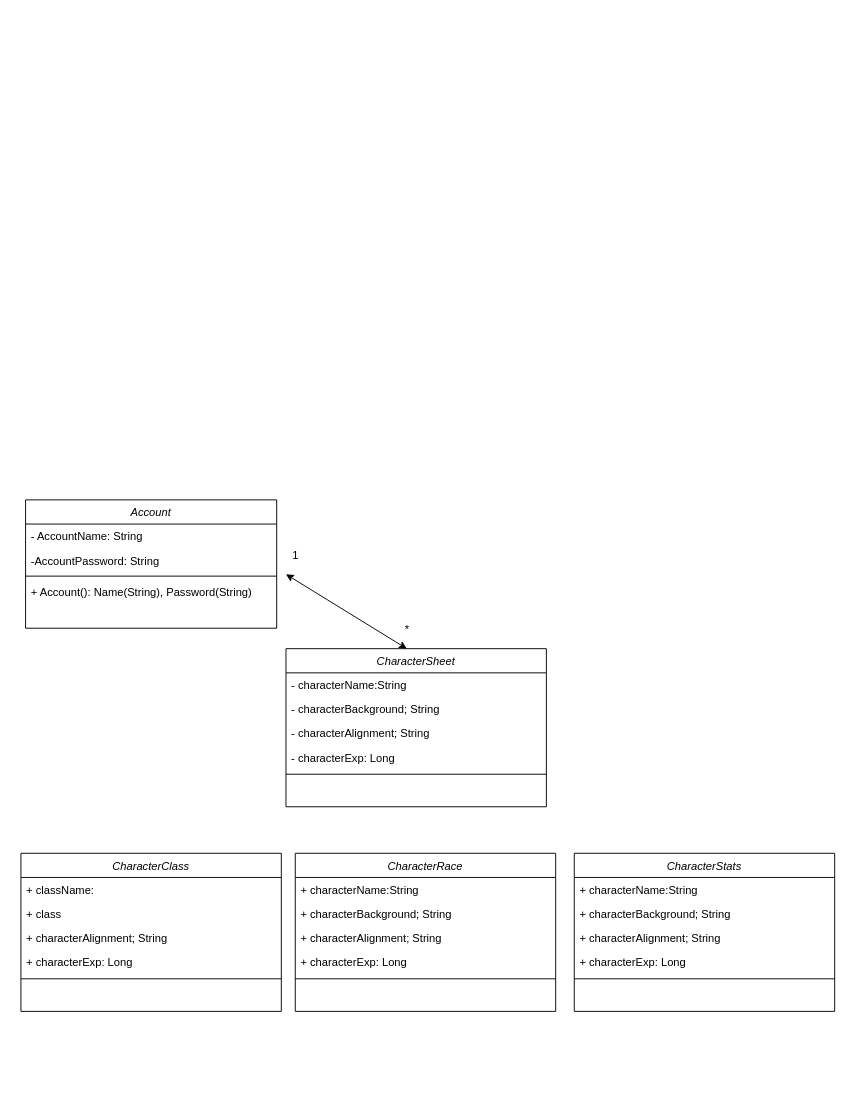
Earlier version of the draw.io diagram Ontwerp.drawio (BjvdVelden/Charactermancer). Source tidied: cells renumbered, new cells numbered last; positions are measured from the earlier drawing's top-left corner, leaving out a move shared by most shapes. Both pictures are drawn from the tidied source at 93%, with x=0, y=0 at pixel (20, 499).
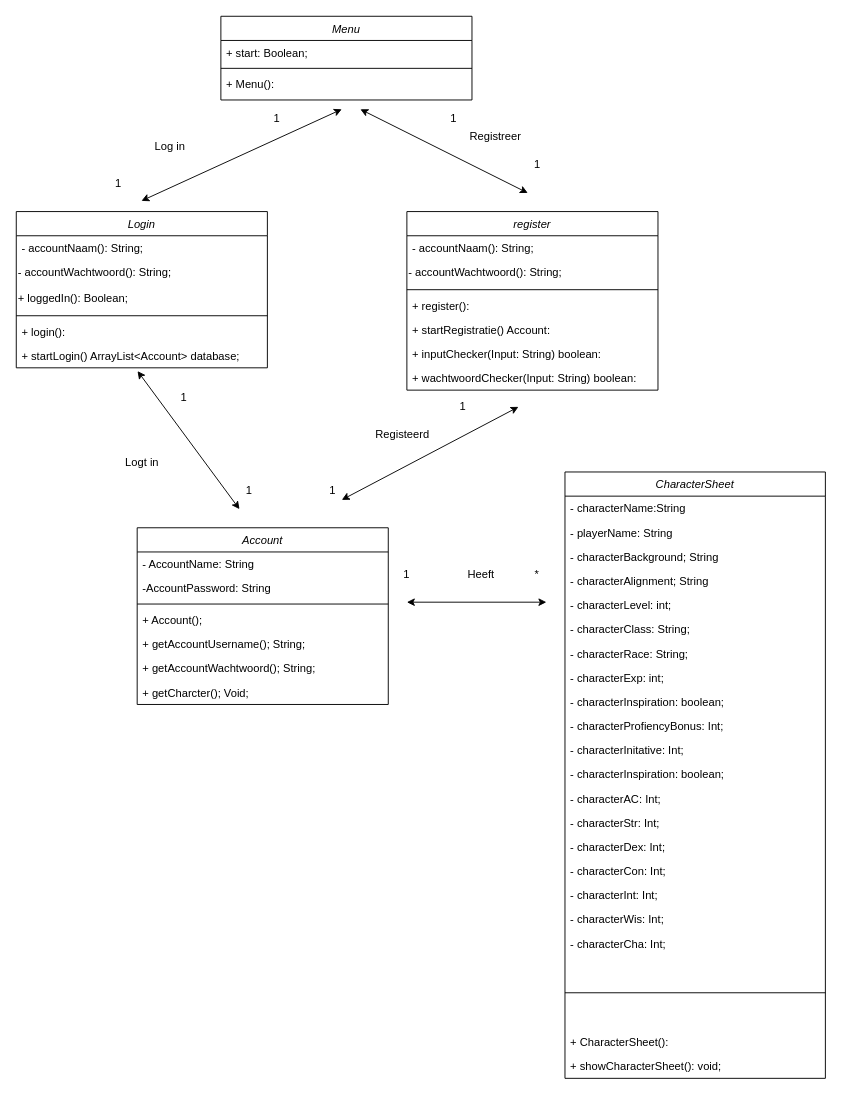
After the change.

Commit message (it also covers changes not shown here):
updates aan registreer gemaakt en perongeluk Charactersheet functie toegevoegdt

What changed in the source:
```diff
@@
     <mxCell id="2" value="Account" style="swimlane;fontStyle=2;align=center;verticalAlign=top;horizontal=1;startSize=26;rounded=0;shadow=0;strokeWidth=1;" parent="1" vertex="1">
-      <mxGeometry x="5" width="270" height="138" as="geometry" />
+      <mxGeometry x="125" y="30" width="270" height="190" as="geometry" />
     </mxCell>
@@
-    <mxCell id="6" value="+ Account(): Name(String), Password(String)" style="text;align=left;verticalAlign=top;spacingLeft=4;spacingRight=4;overflow=hidden;" parent="2" vertex="1">
+    <mxCell id="6" value="+ Account();&#10;" style="text;align=left;verticalAlign=top;spacingLeft=4;spacingRight=4;overflow=hidden;" parent="2" vertex="1">
       <mxGeometry y="86" width="270" height="26" as="geometry" />
     </mxCell>
+    <mxCell id="34" value="+ getAccountUsername(); String;&#10;&#10;" style="text;align=left;verticalAlign=top;spacingLeft=4;spacingRight=4;overflow=hidden;" parent="2" vertex="1">
+      <mxGeometry y="112" width="270" height="26" as="geometry" />
+    </mxCell>
+    <mxCell id="35" value="+ getAccountWachtwoord(); String;&#10;&#10;" style="text;align=left;verticalAlign=top;spacingLeft=4;spacingRight=4;overflow=hidden;" parent="2" vertex="1">
+      <mxGeometry y="138" width="270" height="26" as="geometry" />
+    </mxCell>
+    <mxCell id="36" value="+ getCharcter(); Void;&#10;&#10;" style="text;align=left;verticalAlign=top;spacingLeft=4;spacingRight=4;overflow=hidden;" parent="2" vertex="1">
+      <mxGeometry y="164" width="270" height="26" as="geometry" />
+    </mxCell>
     <mxCell id="7" value="CharacterSheet" style="swimlane;fontStyle=2;align=center;verticalAlign=top;horizontal=1;startSize=26;rounded=0;shadow=0;strokeWidth=1;" parent="1" vertex="1">
-      <mxGeometry x="285" y="160" width="280" height="170" as="geometry" />
+      <mxGeometry x="585" y="-30" width="280" height="652" as="geometry" />
     </mxCell>
@@
+    <mxCell id="37" value="- playerName: String" style="text;align=left;verticalAlign=top;spacingLeft=4;spacingRight=4;overflow=hidden;" parent="7" vertex="1">
+      <mxGeometry y="52" width="280" height="26" as="geometry" />
+    </mxCell>
     <mxCell id="9" value="- characterBackground; String" style="text;align=left;verticalAlign=top;spacingLeft=4;spacingRight=4;overflow=hidden;rounded=0;shadow=0;html=0;" parent="7" vertex="1">
-      <mxGeometry y="52" width="280" height="26" as="geometry" />
+      <mxGeometry y="78" width="280" height="26" as="geometry" />
     </mxCell>
     <mxCell id="10" value="- characterAlignment; String" style="text;align=left;verticalAlign=top;spacingLeft=4;spacingRight=4;overflow=hidden;rounded=0;shadow=0;html=0;" parent="7" vertex="1">
-      <mxGeometry y="78" width="280" height="26" as="geometry" />
+      <mxGeometry y="104" width="280" height="26" as="geometry" />
     </mxCell>
+    <mxCell id="38" value="- characterLevel: int;" style="text;align=left;verticalAlign=top;spacingLeft=4;spacingRight=4;overflow=hidden;rounded=0;shadow=0;html=0;" parent="7" vertex="1">
+      <mxGeometry y="130" width="280" height="26" as="geometry" />
+    </mxCell>
-    <mxCell id="11" value="- characterExp: Long" style="text;align=left;verticalAlign=top;spacingLeft=4;spacingRight=4;overflow=hidden;rounded=0;shadow=0;html=0;" parent="7" vertex="1">
-      <mxGeometry y="104" width="280" height="26" as="geometry" />
+    <mxCell id="11" value="- characterClass: String;" style="text;align=left;verticalAlign=top;spacingLeft=4;spacingRight=4;overflow=hidden;rounded=0;shadow=0;html=0;" parent="7" vertex="1">
+      <mxGeometry y="156" width="280" height="26" as="geometry" />
     </mxCell>
+    <mxCell id="39" value="- characterRace: String;" style="text;align=left;verticalAlign=top;spacingLeft=4;spacingRight=4;overflow=hidden;rounded=0;shadow=0;html=0;" parent="7" vertex="1">
+      <mxGeometry y="182" width="280" height="26" as="geometry" />
+    </mxCell>
+    <mxCell id="40" value="- characterExp: int;" style="text;align=left;verticalAlign=top;spacingLeft=4;spacingRight=4;overflow=hidden;rounded=0;shadow=0;html=0;" parent="7" vertex="1">
+      <mxGeometry y="208" width="280" height="26" as="geometry" />
+    </mxCell>
+    <mxCell id="41" value="- characterInspiration: boolean;" style="text;align=left;verticalAlign=top;spacingLeft=4;spacingRight=4;overflow=hidden;rounded=0;shadow=0;html=0;" parent="7" vertex="1">
+      <mxGeometry y="234" width="280" height="26" as="geometry" />
+    </mxCell>
+    <mxCell id="42" value="- characterProfiencyBonus: Int;" style="text;align=left;verticalAlign=top;spacingLeft=4;spacingRight=4;overflow=hidden;rounded=0;shadow=0;html=0;" parent="7" vertex="1">
+      <mxGeometry y="260" width="280" height="26" as="geometry" />
+    </mxCell>
+    <mxCell id="43" value="- characterInitative: Int;&#10;" style="text;align=left;verticalAlign=top;spacingLeft=4;spacingRight=4;overflow=hidden;rounded=0;shadow=0;html=0;" parent="7" vertex="1">
+      <mxGeometry y="286" width="280" height="26" as="geometry" />
+    </mxCell>
+    <mxCell id="44" value="- characterInspiration: boolean;" style="text;align=left;verticalAlign=top;spacingLeft=4;spacingRight=4;overflow=hidden;rounded=0;shadow=0;html=0;" parent="7" vertex="1">
+      <mxGeometry y="312" width="280" height="26" as="geometry" />
+    </mxCell>
+    <mxCell id="45" value="- characterAC: Int;" style="text;align=left;verticalAlign=top;spacingLeft=4;spacingRight=4;overflow=hidden;rounded=0;shadow=0;html=0;" parent="7" vertex="1">
+      <mxGeometry y="338" width="280" height="26" as="geometry" />
+    </mxCell>
+    <mxCell id="46" value="- characterStr: Int;" style="text;align=left;verticalAlign=top;spacingLeft=4;spacingRight=4;overflow=hidden;rounded=0;shadow=0;html=0;" parent="7" vertex="1">
+      <mxGeometry y="364" width="280" height="26" as="geometry" />
+    </mxCell>
+    <mxCell id="47" value="- characterDex: Int;" style="text;align=left;verticalAlign=top;spacingLeft=4;spacingRight=4;overflow=hidden;rounded=0;shadow=0;html=0;" parent="7" vertex="1">
+      <mxGeometry y="390" width="280" height="26" as="geometry" />
+    </mxCell>
+    <mxCell id="48" value="- characterCon: Int;" style="text;align=left;verticalAlign=top;spacingLeft=4;spacingRight=4;overflow=hidden;rounded=0;shadow=0;html=0;" parent="7" vertex="1">
+      <mxGeometry y="416" width="280" height="26" as="geometry" />
+    </mxCell>
+    <mxCell id="49" value="- characterInt: Int;" style="text;align=left;verticalAlign=top;spacingLeft=4;spacingRight=4;overflow=hidden;rounded=0;shadow=0;html=0;" parent="7" vertex="1">
+      <mxGeometry y="442" width="280" height="26" as="geometry" />
+    </mxCell>
+    <mxCell id="50" value="- characterWis: Int;" style="text;align=left;verticalAlign=top;spacingLeft=4;spacingRight=4;overflow=hidden;rounded=0;shadow=0;html=0;" parent="7" vertex="1">
+      <mxGeometry y="468" width="280" height="26" as="geometry" />
+    </mxCell>
+    <mxCell id="51" value="- characterCha: Int;" style="text;align=left;verticalAlign=top;spacingLeft=4;spacingRight=4;overflow=hidden;rounded=0;shadow=0;html=0;" parent="7" vertex="1">
+      <mxGeometry y="494" width="280" height="26" as="geometry" />
+    </mxCell>
     <mxCell id="12" style="line;html=1;strokeWidth=1;align=left;verticalAlign=middle;spacingTop=-1;spacingLeft=3;spacingRight=3;labelPosition=right;" parent="7" vertex="1">
-      <mxGeometry y="130" width="280" height="10" as="geometry" />
+      <mxGeometry y="520" width="280" height="80" as="geometry" />
     </mxCell>
-    <mxCell id="13" style="endArrow=classic;startArrow=classic;html=1;entryX=0.464;entryY=0;entryDx=0;entryDy=0;entryPerimeter=0;" parent="1" edge="1" target="7">
-      <mxGeometry relative="1" as="geometry">
-        <mxPoint x="285" y="80" as="sourcePoint" />
-      </mxGeometry>
-    </mxCell>
-    <mxCell id="14" value="1" style="text;html=1;align=center;verticalAlign=middle;" parent="1" vertex="1">
-      <mxGeometry x="285" y="50" width="20" height="20" as="geometry" />
-    </mxCell>
+    <mxCell id="52" value="+ CharacterSheet(): " style="text;align=left;verticalAlign=top;spacingLeft=4;spacingRight=4;overflow=hidden;rounded=0;shadow=0;html=0;" parent="7" vertex="1">
+      <mxGeometry y="600" width="280" height="26" as="geometry" />
+    </mxCell>
+    <mxCell id="53" value="+ showCharacterSheet(): void;" style="text;align=left;verticalAlign=top;spacingLeft=4;spacingRight=4;overflow=hidden;rounded=0;shadow=0;html=0;" parent="7" vertex="1">
+      <mxGeometry y="626" width="280" height="26" as="geometry" />
+    </mxCell>
+    <mxCell id="54" style="endArrow=classic;startArrow=classic;html=1;" parent="1" edge="1">
+      <mxGeometry relative="1" as="geometry">
+        <mxPoint x="415" y="110" as="sourcePoint" />
+        <mxPoint x="565" y="110" as="targetPoint" />
+      </mxGeometry>
+    </mxCell>
+    <mxCell id="55" value="1" style="text;html=1;strokeColor=none;fillColor=none;align=center;verticalAlign=middle;whiteSpace=wrap;rounded=0;" parent="1" vertex="1">
+      <mxGeometry x="395" y="70" width="40" height="20" as="geometry" />
+    </mxCell>
-    <mxCell id="15" value="*" style="text;html=1;align=center;verticalAlign=middle;" parent="1" vertex="1">
-      <mxGeometry x="405" y="130" width="20" height="20" as="geometry" />
+    <mxCell id="15" value="*" style="text;html=1;strokeColor=none;fillColor=none;align=center;verticalAlign=middle;whiteSpace=wrap;rounded=0;" parent="1" vertex="1">
+      <mxGeometry x="535" y="70" width="40" height="20" as="geometry" />
     </mxCell>
-    <mxCell id="16" value="CharacterClass" style="swimlane;fontStyle=2;align=center;verticalAlign=top;horizontal=1;startSize=26;rounded=0;shadow=0;strokeWidth=1;" parent="1" vertex="1">
-      <mxGeometry y="380" width="280" height="170" as="geometry" />
-    </mxCell>
-    <mxCell id="17" value="+ className:" style="text;align=left;verticalAlign=top;spacingLeft=4;spacingRight=4;overflow=hidden;" parent="16" vertex="1">
-      <mxGeometry y="26" width="280" height="26" as="geometry" />
-    </mxCell>
-    <mxCell id="18" value="+ class" style="text;align=left;verticalAlign=top;spacingLeft=4;spacingRight=4;overflow=hidden;rounded=0;shadow=0;html=0;" parent="16" vertex="1">
-      <mxGeometry y="52" width="280" height="26" as="geometry" />
-    </mxCell>
-    <mxCell id="19" value="+ characterAlignment; String" style="text;align=left;verticalAlign=top;spacingLeft=4;spacingRight=4;overflow=hidden;rounded=0;shadow=0;html=0;" parent="16" vertex="1">
-      <mxGeometry y="78" width="280" height="26" as="geometry" />
-    </mxCell>
-    <mxCell id="20" value="+ characterExp: Long" style="text;align=left;verticalAlign=top;spacingLeft=4;spacingRight=4;overflow=hidden;rounded=0;shadow=0;html=0;" parent="16" vertex="1">
-      <mxGeometry y="104" width="280" height="26" as="geometry" />
-    </mxCell>
-    <mxCell id="21" style="line;html=1;strokeWidth=1;align=left;verticalAlign=middle;spacingTop=-1;spacingLeft=3;spacingRight=3;labelPosition=right;" parent="16" vertex="1">
-      <mxGeometry y="130" width="280" height="10" as="geometry" />
-    </mxCell>
-    <mxCell id="22" value="CharacterRace" style="swimlane;fontStyle=2;align=center;verticalAlign=top;horizontal=1;startSize=26;rounded=0;shadow=0;strokeWidth=1;" parent="1" vertex="1">
-      <mxGeometry x="295" y="380" width="280" height="170" as="geometry" />
-    </mxCell>
-    <mxCell id="23" value="+ characterName:String" style="text;align=left;verticalAlign=top;spacingLeft=4;spacingRight=4;overflow=hidden;" parent="22" vertex="1">
-      <mxGeometry y="26" width="280" height="26" as="geometry" />
-    </mxCell>
-    <mxCell id="24" value="+ characterBackground; String" style="text;align=left;verticalAlign=top;spacingLeft=4;spacingRight=4;overflow=hidden;rounded=0;shadow=0;html=0;" parent="22" vertex="1">
-      <mxGeometry y="52" width="280" height="26" as="geometry" />
-    </mxCell>
-    <mxCell id="25" value="+ characterAlignment; String" style="text;align=left;verticalAlign=top;spacingLeft=4;spacingRight=4;overflow=hidden;rounded=0;shadow=0;html=0;" parent="22" vertex="1">
-      <mxGeometry y="78" width="280" height="26" as="geometry" />
-    </mxCell>
-    <mxCell id="26" value="+ characterExp: Long" style="text;align=left;verticalAlign=top;spacingLeft=4;spacingRight=4;overflow=hidden;rounded=0;shadow=0;html=0;" parent="22" vertex="1">
-      <mxGeometry y="104" width="280" height="26" as="geometry" />
-    </mxCell>
-    <mxCell id="27" style="line;html=1;strokeWidth=1;align=left;verticalAlign=middle;spacingTop=-1;spacingLeft=3;spacingRight=3;labelPosition=right;" parent="22" vertex="1">
-      <mxGeometry y="130" width="280" height="10" as="geometry" />
-    </mxCell>
-    <mxCell id="28" value="CharacterStats" style="swimlane;fontStyle=2;align=center;verticalAlign=top;horizontal=1;startSize=26;rounded=0;shadow=0;strokeWidth=1;" parent="1" vertex="1">
-      <mxGeometry x="595" y="380" width="280" height="170" as="geometry" />
-    </mxCell>
-    <mxCell id="29" value="+ characterName:String" style="text;align=left;verticalAlign=top;spacingLeft=4;spacingRight=4;overflow=hidden;" parent="28" vertex="1">
-      <mxGeometry y="26" width="280" height="26" as="geometry" />
-    </mxCell>
-    <mxCell id="30" value="+ characterBackground; String" style="text;align=left;verticalAlign=top;spacingLeft=4;spacingRight=4;overflow=hidden;rounded=0;shadow=0;html=0;" parent="28" vertex="1">
-      <mxGeometry y="52" width="280" height="26" as="geometry" />
-    </mxCell>
-    <mxCell id="31" value="+ characterAlignment; String" style="text;align=left;verticalAlign=top;spacingLeft=4;spacingRight=4;overflow=hidden;rounded=0;shadow=0;html=0;" parent="28" vertex="1">
-      <mxGeometry y="78" width="280" height="26" as="geometry" />
-    </mxCell>
-    <mxCell id="32" value="+ characterExp: Long" style="text;align=left;verticalAlign=top;spacingLeft=4;spacingRight=4;overflow=hidden;rounded=0;shadow=0;html=0;" parent="28" vertex="1">
-      <mxGeometry y="104" width="280" height="26" as="geometry" />
-    </mxCell>
-    <mxCell id="33" style="line;html=1;strokeWidth=1;align=left;verticalAlign=middle;spacingTop=-1;spacingLeft=3;spacingRight=3;labelPosition=right;" parent="28" vertex="1">
-      <mxGeometry y="130" width="280" height="10" as="geometry" />
-    </mxCell>
+    <mxCell id="56" value="Menu" style="swimlane;fontStyle=2;align=center;verticalAlign=top;horizontal=1;startSize=26;rounded=0;shadow=0;strokeWidth=1;" parent="1" vertex="1">
+      <mxGeometry x="215" y="-520" width="270" height="90" as="geometry" />
+    </mxCell>
+    <mxCell id="57" value="+ start: Boolean;" style="text;align=left;verticalAlign=top;spacingLeft=4;spacingRight=4;overflow=hidden;" parent="56" vertex="1">
+      <mxGeometry y="26" width="270" height="26" as="geometry" />
+    </mxCell>
+    <mxCell id="58" style="line;html=1;strokeWidth=1;align=left;verticalAlign=middle;spacingTop=-1;spacingLeft=3;spacingRight=3;labelPosition=right;" parent="56" vertex="1">
+      <mxGeometry y="52" width="270" height="8" as="geometry" />
+    </mxCell>
+    <mxCell id="59" value="+ Menu():" style="text;align=left;verticalAlign=top;spacingLeft=4;spacingRight=4;overflow=hidden;" parent="56" vertex="1">
+      <mxGeometry y="60" width="270" height="26" as="geometry" />
+    </mxCell>
+    <mxCell id="60" value="Login" style="swimlane;fontStyle=2;align=center;verticalAlign=top;horizontal=1;startSize=26;rounded=0;shadow=0;strokeWidth=1;" parent="1" vertex="1">
+      <mxGeometry x="-5" y="-310" width="270" height="168" as="geometry" />
+    </mxCell>
+    <mxCell id="61" value="- accountNaam(): String;" style="text;align=left;verticalAlign=top;spacingLeft=4;spacingRight=4;overflow=hidden;" parent="60" vertex="1">
+      <mxGeometry y="26" width="270" height="26" as="geometry" />
+    </mxCell>
+    <mxCell id="62" value="- accountWachtwoord(): String;&lt;br&gt;&lt;div style=&quot;padding: 0px ; margin: 0px&quot;&gt;&lt;br&gt;&lt;/div&gt;" style="text;whiteSpace=wrap;html=1;" parent="60" vertex="1">
+      <mxGeometry y="52" width="270" height="28" as="geometry" />
+    </mxCell>
+    <mxCell id="63" value="+ loggedIn(): Boolean;" style="text;whiteSpace=wrap;html=1;" parent="60" vertex="1">
+      <mxGeometry y="80" width="270" height="28" as="geometry" />
+    </mxCell>
+    <mxCell id="64" style="line;html=1;strokeWidth=1;align=left;verticalAlign=middle;spacingTop=-1;spacingLeft=3;spacingRight=3;labelPosition=right;" parent="60" vertex="1">
+      <mxGeometry y="108" width="270" height="8" as="geometry" />
+    </mxCell>
+    <mxCell id="65" value="+ login():" style="text;align=left;verticalAlign=top;spacingLeft=4;spacingRight=4;overflow=hidden;" parent="60" vertex="1">
+      <mxGeometry y="116" width="270" height="26" as="geometry" />
+    </mxCell>
+    <mxCell id="66" value="+ startLogin() ArrayList&lt;Account&gt; database;" style="text;align=left;verticalAlign=top;spacingLeft=4;spacingRight=4;overflow=hidden;points=[[0,0.5],[1,0.5]];portConstraint=eastwest;" parent="60" vertex="1">
+      <mxGeometry y="142" width="270" height="26" as="geometry" />
+    </mxCell>
+    <mxCell id="67" value="register" style="swimlane;fontStyle=2;align=center;verticalAlign=top;horizontal=1;startSize=26;rounded=0;shadow=0;strokeWidth=1;" parent="1" vertex="1">
+      <mxGeometry x="415" y="-310" width="270" height="192" as="geometry" />
+    </mxCell>
+    <mxCell id="68" value="- accountNaam(): String;" style="text;align=left;verticalAlign=top;spacingLeft=4;spacingRight=4;overflow=hidden;" parent="67" vertex="1">
+      <mxGeometry y="26" width="270" height="26" as="geometry" />
+    </mxCell>
+    <mxCell id="69" value="- accountWachtwoord(): String;" style="text;whiteSpace=wrap;html=1;" parent="67" vertex="1">
+      <mxGeometry y="52" width="270" height="28" as="geometry" />
+    </mxCell>
+    <mxCell id="70" style="line;html=1;strokeWidth=1;align=left;verticalAlign=middle;spacingTop=-1;spacingLeft=3;spacingRight=3;labelPosition=right;" parent="67" vertex="1">
+      <mxGeometry y="80" width="270" height="8" as="geometry" />
+    </mxCell>
+    <mxCell id="71" value="+ register():" style="text;align=left;verticalAlign=top;spacingLeft=4;spacingRight=4;overflow=hidden;" parent="67" vertex="1">
+      <mxGeometry y="88" width="270" height="26" as="geometry" />
+    </mxCell>
+    <mxCell id="72" value="+ startRegistratie() Account:" style="text;align=left;verticalAlign=top;spacingLeft=4;spacingRight=4;overflow=hidden;" parent="67" vertex="1">
+      <mxGeometry y="114" width="270" height="26" as="geometry" />
+    </mxCell>
+    <mxCell id="73" value="+ inputChecker(Input: String) boolean:" style="text;align=left;verticalAlign=top;spacingLeft=4;spacingRight=4;overflow=hidden;" parent="67" vertex="1">
+      <mxGeometry y="140" width="270" height="26" as="geometry" />
+    </mxCell>
+    <mxCell id="74" value="+ wachtwoordChecker(Input: String) boolean:" style="text;align=left;verticalAlign=top;spacingLeft=4;spacingRight=4;overflow=hidden;" parent="67" vertex="1">
+      <mxGeometry y="166" width="270" height="26" as="geometry" />
+    </mxCell>
+    <mxCell id="75" style="endArrow=classic;startArrow=classic;html=1;entryX=0.483;entryY=1.135;entryDx=0;entryDy=0;entryPerimeter=0;" parent="1" edge="1" target="66">
+      <mxGeometry relative="1" as="geometry">
+        <mxPoint x="235" y="10" as="sourcePoint" />
+      </mxGeometry>
+    </mxCell>
+    <mxCell id="76" style="endArrow=classic;startArrow=classic;html=1;" parent="1" edge="1">
+      <mxGeometry relative="1" as="geometry">
+        <mxPoint x="129.6" y="-321.5" as="sourcePoint" />
+        <mxPoint x="345" y="-420" as="targetPoint" />
+      </mxGeometry>
+    </mxCell>
+    <mxCell id="77" value="Heeft" style="text;html=1;strokeColor=none;fillColor=none;align=center;verticalAlign=middle;whiteSpace=wrap;rounded=0;" parent="1" vertex="1">
+      <mxGeometry x="475" y="70" width="40" height="20" as="geometry" />
+    </mxCell>
+    <mxCell id="78" style="endArrow=classic;startArrow=classic;html=1;" parent="1" edge="1">
+      <mxGeometry relative="1" as="geometry">
+        <mxPoint x="545" y="-330" as="sourcePoint" />
+        <mxPoint x="365" y="-420" as="targetPoint" />
+      </mxGeometry>
+    </mxCell>
+    <mxCell id="79" value="1" style="text;html=1;strokeColor=none;fillColor=none;align=center;verticalAlign=middle;whiteSpace=wrap;rounded=0;" parent="1" vertex="1">
+      <mxGeometry x="85" y="-350" width="40" height="20" as="geometry" />
+    </mxCell>
+    <mxCell id="80" value="1" style="text;html=1;align=center;verticalAlign=middle;strokeColor=none;" parent="1" vertex="1">
+      <mxGeometry x="265" y="-420" width="20" height="20" as="geometry" />
+    </mxCell>
+    <mxCell id="81" value="1" style="text;html=1;align=center;verticalAlign=middle;strokeColor=none;" parent="1" vertex="1">
+      <mxGeometry x="455" y="-420" width="20" height="20" as="geometry" />
+    </mxCell>
+    <mxCell id="82" value="1" style="text;html=1;align=center;verticalAlign=middle;strokeColor=none;" parent="1" vertex="1">
+      <mxGeometry x="545" y="-370" width="20" height="20" as="geometry" />
+    </mxCell>
+    <mxCell id="83" value="Log in" style="text;html=1;align=center;verticalAlign=middle;strokeColor=none;" parent="1" vertex="1">
+      <mxGeometry x="135" y="-390" width="50" height="20" as="geometry" />
+    </mxCell>
+    <mxCell id="84" value="Registreer" style="text;html=1;align=center;verticalAlign=middle;strokeColor=none;" parent="1" vertex="1">
+      <mxGeometry x="475" y="-400" width="70" height="20" as="geometry" />
+    </mxCell>
+    <mxCell id="85" style="endArrow=classic;startArrow=classic;html=1;" parent="1" edge="1">
+      <mxGeometry relative="1" as="geometry">
+        <mxPoint x="345" as="sourcePoint" />
+        <mxPoint x="535" y="-100" as="targetPoint" />
+      </mxGeometry>
+    </mxCell>
+    <mxCell id="86" value="Registeerd" style="text;html=1;align=center;verticalAlign=middle;strokeColor=none;" parent="1" vertex="1">
+      <mxGeometry x="375" y="-80" width="70" height="20" as="geometry" />
+    </mxCell>
+    <mxCell id="87" value="1" style="text;html=1;align=center;verticalAlign=middle;strokeColor=none;" parent="1" vertex="1">
+      <mxGeometry x="325" y="-20" width="20" height="20" as="geometry" />
+    </mxCell>
+    <mxCell id="88" value="1" style="text;html=1;align=center;verticalAlign=middle;strokeColor=none;" parent="1" vertex="1">
+      <mxGeometry x="465" y="-110" width="20" height="20" as="geometry" />
+    </mxCell>
+    <mxCell id="89" value="1" style="text;html=1;align=center;verticalAlign=middle;strokeColor=none;" parent="1" vertex="1">
+      <mxGeometry x="235" y="-20" width="20" height="20" as="geometry" />
+    </mxCell>
+    <mxCell id="90" value="1" style="text;html=1;align=center;verticalAlign=middle;strokeColor=none;" parent="1" vertex="1">
+      <mxGeometry x="165" y="-120" width="20" height="20" as="geometry" />
+    </mxCell>
+    <mxCell id="91" value="Logt in" style="text;html=1;align=center;verticalAlign=middle;strokeColor=none;" parent="1" vertex="1">
+      <mxGeometry x="105" y="-50" width="50" height="20" as="geometry" />
+    </mxCell>
```
